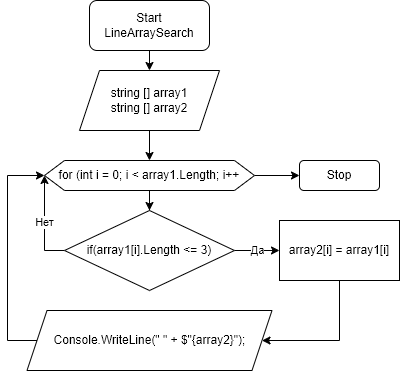
The draw.io diagram DiagramBlock/LineArraySearch.png in Pivo098/Itog1, before a commit. Source tidied: cells renumbered, new cells last; positions are measured from the earlier drawing's top-left corner, leaving out a move shared by most shapes. Source of this version:
```xml
<mxGraphModel>
  <root>
    <mxCell id="0" />
    <mxCell id="1" parent="0" />
    <mxCell id="2" style="edgeStyle=orthogonalEdgeStyle;rounded=0;jettySize=auto;html=1;exitX=0.5;exitY=1;exitDx=0;exitDy=0;entryX=0.5;entryY=0;entryDx=0;entryDy=0;" parent="1" edge="1" source="3" target="6">
      <mxGeometry relative="1" as="geometry" />
    </mxCell>
    <mxCell id="3" value="Start&lt;br&gt;LineArraySearch" style="rounded=1;whiteSpace=wrap;html=1;" parent="1" vertex="1">
      <mxGeometry x="82" width="120" height="50" as="geometry" />
    </mxCell>
    <mxCell id="4" value="Stop" style="rounded=1;whiteSpace=wrap;html=1;" parent="1" vertex="1">
      <mxGeometry x="292" y="160" width="80" height="30" as="geometry" />
    </mxCell>
    <mxCell id="5" style="edgeStyle=orthogonalEdgeStyle;rounded=0;jettySize=auto;html=1;exitX=0.5;exitY=1;exitDx=0;exitDy=0;entryX=0.5;entryY=0;entryDx=0;entryDy=0;" parent="1" edge="1" source="6" target="9">
      <mxGeometry relative="1" as="geometry" />
    </mxCell>
    <mxCell id="6" value="string [] array1&lt;br&gt;string [] array2" style="shape=parallelogram;perimeter=parallelogramPerimeter;whiteSpace=wrap;html=1;fixedSize=1;" parent="1" vertex="1">
      <mxGeometry x="72" y="70" width="140" height="60" as="geometry" />
    </mxCell>
    <mxCell id="7" style="edgeStyle=orthogonalEdgeStyle;rounded=0;jettySize=auto;html=1;exitX=0.5;exitY=1;exitDx=0;exitDy=0;" parent="1" edge="1" source="9" target="12">
      <mxGeometry relative="1" as="geometry" />
    </mxCell>
    <mxCell id="8" style="edgeStyle=orthogonalEdgeStyle;rounded=0;jettySize=auto;html=1;exitX=1;exitY=0.5;exitDx=0;exitDy=0;entryX=0;entryY=0.5;entryDx=0;entryDy=0;" parent="1" edge="1" source="9" target="4">
      <mxGeometry relative="1" as="geometry" />
    </mxCell>
    <mxCell id="9" value="for (int i = 0; i &amp;lt; array1.Length; i++" style="shape=hexagon;perimeter=hexagonPerimeter2;whiteSpace=wrap;html=1;fixedSize=1;" parent="1" vertex="1">
      <mxGeometry x="37" y="160" width="210" height="30" as="geometry" />
    </mxCell>
    <mxCell id="10" value="Нет" style="edgeStyle=orthogonalEdgeStyle;rounded=0;jettySize=auto;html=1;exitX=0;exitY=0.5;exitDx=0;exitDy=0;entryX=0;entryY=0.5;entryDx=0;entryDy=0;" parent="1" edge="1" source="12" target="9">
      <mxGeometry relative="1" as="geometry">
        <Array as="points">
          <mxPoint x="37" y="250" />
        </Array>
      </mxGeometry>
    </mxCell>
    <mxCell id="11" value="Да" style="edgeStyle=orthogonalEdgeStyle;rounded=0;jettySize=auto;html=1;exitX=1;exitY=0.5;exitDx=0;exitDy=0;entryX=0;entryY=0.5;entryDx=0;entryDy=0;" parent="1" edge="1" source="12" target="14">
      <mxGeometry relative="1" as="geometry" />
    </mxCell>
    <mxCell id="12" value="if(array1[i].Length &amp;lt;= 3)" style="rhombus;whiteSpace=wrap;html=1;" parent="1" vertex="1">
      <mxGeometry x="57" y="210" width="170" height="80" as="geometry" />
    </mxCell>
    <mxCell id="13" style="edgeStyle=orthogonalEdgeStyle;rounded=0;jettySize=auto;html=1;exitX=0.5;exitY=1;exitDx=0;exitDy=0;entryX=1;entryY=0.5;entryDx=0;entryDy=0;" parent="1" edge="1" source="14" target="16">
      <mxGeometry relative="1" as="geometry">
        <Array as="points">
          <mxPoint x="332" y="340" />
        </Array>
      </mxGeometry>
    </mxCell>
    <mxCell id="14" value="array2[i] = array1[i]" style="rounded=0;whiteSpace=wrap;html=1;" parent="1" vertex="1">
      <mxGeometry x="272" y="220" width="120" height="60" as="geometry" />
    </mxCell>
    <mxCell id="15" style="edgeStyle=orthogonalEdgeStyle;rounded=0;jettySize=auto;html=1;exitX=0;exitY=0.5;exitDx=0;exitDy=0;entryX=0;entryY=0.5;entryDx=0;entryDy=0;" parent="1" edge="1" source="16" target="9">
      <mxGeometry relative="1" as="geometry">
        <Array as="points">
          <mxPoint y="340" />
          <mxPoint y="175" />
        </Array>
      </mxGeometry>
    </mxCell>
    <mxCell id="16" value="Console.WriteLine(&quot; &quot; + $&quot;{array2}&quot;);" style="shape=parallelogram;perimeter=parallelogramPerimeter;whiteSpace=wrap;html=1;fixedSize=1;" parent="1" vertex="1">
      <mxGeometry x="19.5" y="310" width="245" height="60" as="geometry" />
    </mxCell>
  </root>
</mxGraphModel>
```
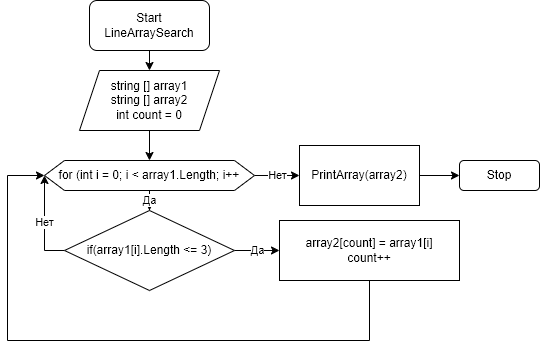
After the commit.

Commit message:
Исправил диаграмму и начал раелизацию кода

Change to the diagram source:
```diff
@@ -9,20 +9,20 @@
       <mxGeometry x="82" width="120" height="50" as="geometry" />
     </mxCell>
     <mxCell id="4" value="Stop" style="rounded=1;whiteSpace=wrap;html=1;" parent="1" vertex="1">
-      <mxGeometry x="292" y="160" width="80" height="30" as="geometry" />
+      <mxGeometry x="452" y="160" width="80" height="30" as="geometry" />
     </mxCell>
     <mxCell id="5" style="edgeStyle=orthogonalEdgeStyle;rounded=0;jettySize=auto;html=1;exitX=0.5;exitY=1;exitDx=0;exitDy=0;entryX=0.5;entryY=0;entryDx=0;entryDy=0;" parent="1" edge="1" source="6" target="9">
       <mxGeometry relative="1" as="geometry" />
     </mxCell>
-    <mxCell id="6" value="string [] array1&lt;br&gt;string [] array2" style="shape=parallelogram;perimeter=parallelogramPerimeter;whiteSpace=wrap;html=1;fixedSize=1;" parent="1" vertex="1">
+    <mxCell id="6" value="string [] array1&lt;br&gt;string [] array2&lt;br&gt;int count = 0" style="shape=parallelogram;perimeter=parallelogramPerimeter;whiteSpace=wrap;html=1;fixedSize=1;" parent="1" vertex="1">
       <mxGeometry x="72" y="70" width="140" height="60" as="geometry" />
     </mxCell>
-    <mxCell id="7" style="edgeStyle=orthogonalEdgeStyle;rounded=0;jettySize=auto;html=1;exitX=0.5;exitY=1;exitDx=0;exitDy=0;" parent="1" edge="1" source="9" target="12">
+    <mxCell id="7" value="Да" style="edgeStyle=orthogonalEdgeStyle;rounded=0;jettySize=auto;html=1;exitX=0.5;exitY=1;exitDx=0;exitDy=0;" parent="1" edge="1" source="9" target="12">
       <mxGeometry relative="1" as="geometry" />
     </mxCell>
-    <mxCell id="8" style="edgeStyle=orthogonalEdgeStyle;rounded=0;jettySize=auto;html=1;exitX=1;exitY=0.5;exitDx=0;exitDy=0;entryX=0;entryY=0.5;entryDx=0;entryDy=0;" parent="1" edge="1" source="9" target="4">
-      <mxGeometry relative="1" as="geometry" />
-    </mxCell>
+    <mxCell id="17" value="Нет" style="edgeStyle=orthogonalEdgeStyle;rounded=0;jettySize=auto;html=1;exitX=1;exitY=0.5;exitDx=0;exitDy=0;entryX=0;entryY=0.5;entryDx=0;entryDy=0;" parent="1" edge="1" source="9" target="19">
+      <mxGeometry relative="1" as="geometry" />
+    </mxCell>
     <mxCell id="9" value="for (int i = 0; i &amp;lt; array1.Length; i++" style="shape=hexagon;perimeter=hexagonPerimeter2;whiteSpace=wrap;html=1;fixedSize=1;" parent="1" vertex="1">
       <mxGeometry x="37" y="160" width="210" height="30" as="geometry" />
     </mxCell>
@@ -39,26 +39,23 @@
     <mxCell id="12" value="if(array1[i].Length &amp;lt;= 3)" style="rhombus;whiteSpace=wrap;html=1;" parent="1" vertex="1">
       <mxGeometry x="57" y="210" width="170" height="80" as="geometry" />
     </mxCell>
-    <mxCell id="13" style="edgeStyle=orthogonalEdgeStyle;rounded=0;jettySize=auto;html=1;exitX=0.5;exitY=1;exitDx=0;exitDy=0;entryX=1;entryY=0.5;entryDx=0;entryDy=0;" parent="1" edge="1" source="14" target="16">
-      <mxGeometry relative="1" as="geometry">
-        <Array as="points">
-          <mxPoint x="332" y="340" />
-        </Array>
-      </mxGeometry>
-    </mxCell>
-    <mxCell id="14" value="array2[i] = array1[i]" style="rounded=0;whiteSpace=wrap;html=1;" parent="1" vertex="1">
-      <mxGeometry x="272" y="220" width="120" height="60" as="geometry" />
+    <mxCell id="14" value="array2[count] = array1[i]&lt;br&gt;count++" style="rounded=0;whiteSpace=wrap;html=1;" parent="1" vertex="1">
+      <mxGeometry x="272" y="220" width="180" height="60" as="geometry" />
     </mxCell>
-    <mxCell id="15" style="edgeStyle=orthogonalEdgeStyle;rounded=0;jettySize=auto;html=1;exitX=0;exitY=0.5;exitDx=0;exitDy=0;entryX=0;entryY=0.5;entryDx=0;entryDy=0;" parent="1" edge="1" source="16" target="9">
+    <mxCell id="15" style="edgeStyle=orthogonalEdgeStyle;rounded=0;jettySize=auto;html=1;exitX=0.5;exitY=1;exitDx=0;exitDy=0;entryX=0;entryY=0.5;entryDx=0;entryDy=0;" parent="1" edge="1" source="14" target="9">
       <mxGeometry relative="1" as="geometry">
         <Array as="points">
+          <mxPoint x="362" y="340" />
           <mxPoint y="340" />
           <mxPoint y="175" />
         </Array>
       </mxGeometry>
     </mxCell>
-    <mxCell id="16" value="Console.WriteLine(&quot; &quot; + $&quot;{array2}&quot;);" style="shape=parallelogram;perimeter=parallelogramPerimeter;whiteSpace=wrap;html=1;fixedSize=1;" parent="1" vertex="1">
-      <mxGeometry x="19.5" y="310" width="245" height="60" as="geometry" />
-    </mxCell>
+    <mxCell id="18" style="edgeStyle=orthogonalEdgeStyle;rounded=0;jettySize=auto;html=1;exitX=1;exitY=0.5;exitDx=0;exitDy=0;entryX=0;entryY=0.5;entryDx=0;entryDy=0;" parent="1" edge="1" source="19" target="4">
+      <mxGeometry relative="1" as="geometry" />
+    </mxCell>
+    <mxCell id="19" value="PrintArray(array2)" style="rounded=0;whiteSpace=wrap;html=1;" parent="1" vertex="1">
+      <mxGeometry x="292" y="145" width="120" height="60" as="geometry" />
+    </mxCell>
   </root>
 </mxGraphModel>
```
